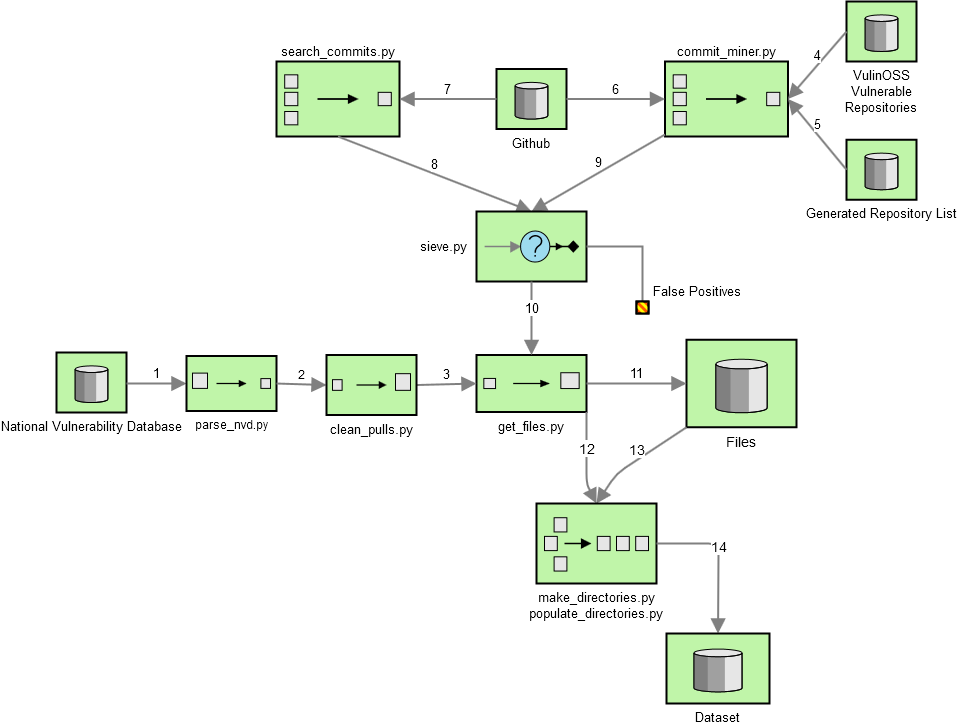
This is docs/diagram.png from GiorgosNikitopoulos/Mine_Vulnerable_Code, a draw.io export, as it was before one commit. Source tidied: cells renumbered, new cells last; positions are measured from the earlier drawing's top-left corner, leaving out a move shared by most shapes.
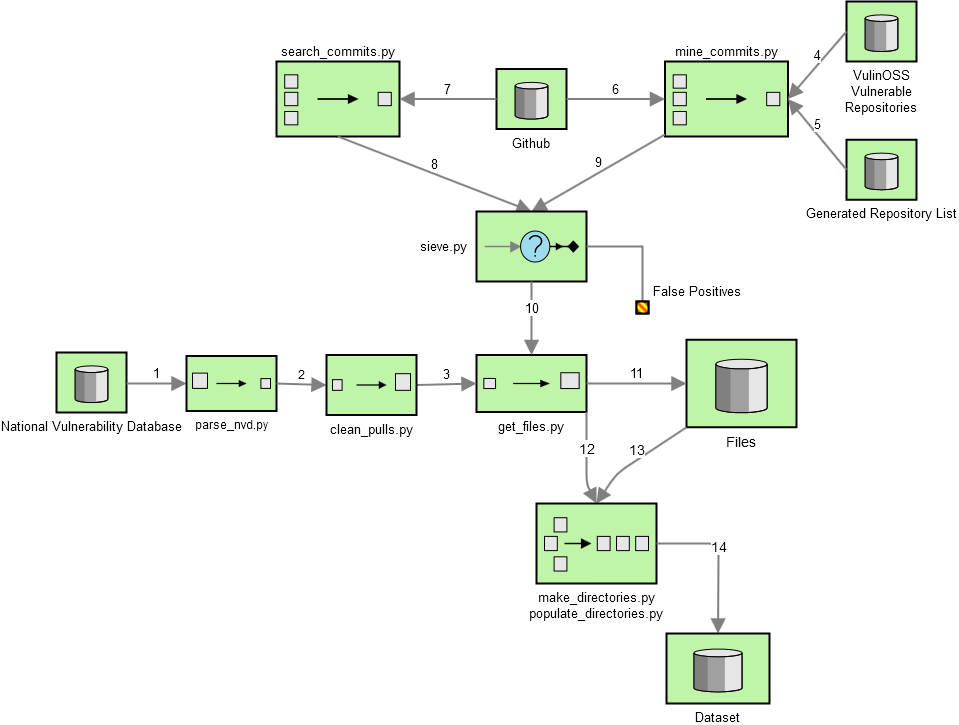
Above is the later version.

Commit message:
Change name on diagram

Diff of the diagram source:
```diff
@@ -61,7 +61,7 @@
     <mxCell id="16" value="Generated Repository List" style="strokeWidth=2;outlineConnect=0;dashed=0;align=center;fontSize=13;verticalLabelPosition=bottom;verticalAlign=top;shape=mxgraph.eip.message_store;fillColor=#c0f5a9;" parent="1" vertex="1">
       <mxGeometry x="790" y="138.2" width="70" height="60" as="geometry" />
     </mxCell>
-    <mxCell id="17" value="commit_miner.py" style="strokeWidth=2;outlineConnect=0;dashed=0;align=center;fontSize=13;fillColor=#c0f5a9;verticalLabelPosition=top;verticalAlign=bottom;shape=mxgraph.eip.aggregator;labelPosition=center;" parent="1" vertex="1">
+    <mxCell id="17" value="mine_commits.py" style="strokeWidth=2;outlineConnect=0;dashed=0;align=center;fontSize=13;fillColor=#c0f5a9;verticalLabelPosition=top;verticalAlign=bottom;shape=mxgraph.eip.aggregator;labelPosition=center;" parent="1" vertex="1">
       <mxGeometry x="608.5" y="60" width="123" height="75" as="geometry" />
     </mxCell>
     <mxCell id="18" value="6" style="edgeStyle=none;html=1;strokeColor=#808080;endArrow=block;endSize=10;dashed=0;verticalAlign=bottom;strokeWidth=2;fontSize=13;exitX=1;exitY=0.5;exitDx=0;exitDy=0;exitPerimeter=0;entryX=0;entryY=0.5;entryDx=0;entryDy=0;entryPerimeter=0;" parent="1" edge="1" source="15" target="17">
```
